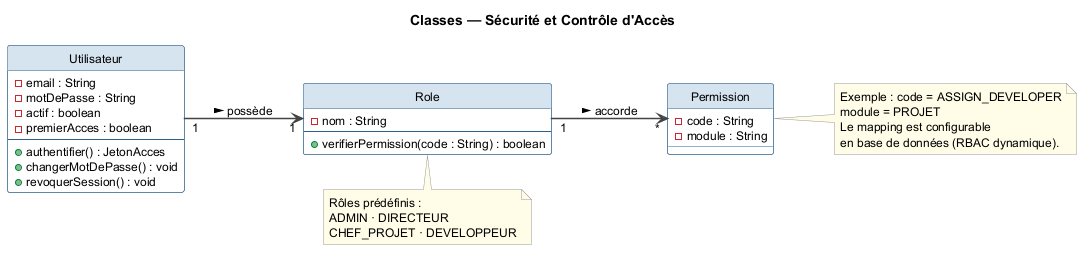
Before: report/Rapport PFE TEKUP LATEX/img/class_security.png, a diagram exported from PlantUML (mazenrakrouki/tekup-pms-platform).
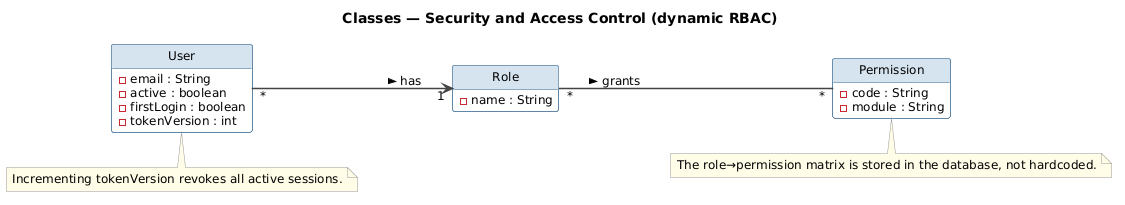
The same diagram one commit later.

The edit, as a diff of the source:
```diff
@@ -1,5 +1,5 @@
 @startuml class_security
-title Classes — Sécurité et Contrôle d'Accès
+title Classes — Security and Access Control (dynamic RBAC)
 
 left to right direction
 
@@ -14,22 +14,17 @@
 skinparam noteBorderColor #999999
 skinparam noteBackgroundColor #FFFDE7
 hide circle
+hide empty methods
 
-class Utilisateur {
+class User {
   - email : String
-  - motDePasse : String
-  - actif : boolean
-  - premierAcces : boolean
-  --
-  + authentifier() : JetonAcces
-  + changerMotDePasse() : void
-  + revoquerSession() : void
+  - active : boolean
+  - firstLogin : boolean
+  - tokenVersion : int
 }
 
 class Role {
-  - nom : String
-  --
-  + verifierPermission(code : String) : boolean
+  - name : String
 }
 
 class Permission {
@@ -37,20 +32,15 @@
   - module : String
 }
 
-Utilisateur "1" --> "1" Role       : possède >
-Role        "1" --> "*" Permission  : accorde >
+User "*" --> "1" Role : has >
+Role "*" -- "*" Permission : grants >
 
-note bottom of Role
-  Rôles prédéfinis :
-  ADMIN · DIRECTEUR
-  CHEF_PROJET · DEVELOPPEUR
+note bottom of User
+  Incrementing tokenVersion revokes all active sessions.
 end note
 
-note right of Permission
-  Exemple : code = ASSIGN_DEVELOPER
-  module = PROJET
-  Le mapping est configurable
-  en base de données (RBAC dynamique).
+note bottom of Permission
+  The role→permission matrix is stored in the database, not hardcoded.
 end note
 
 @enduml
```
